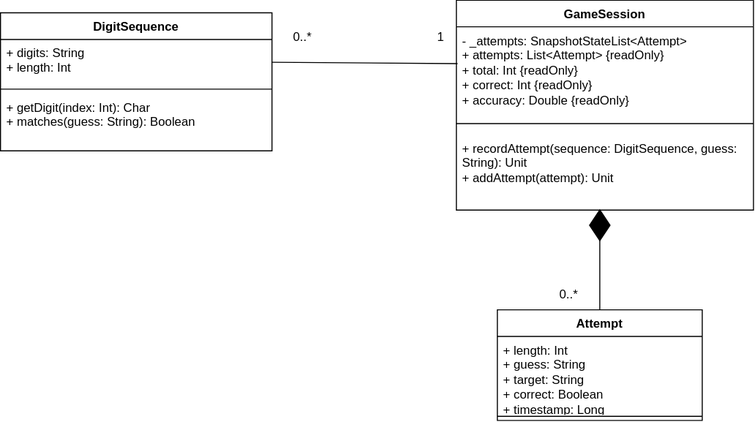
keyamalhotra007/kmalhot2-RapidRecall keeps this draw.io diagram as doc/301a1_UML.drawio.svg. Above is the earlier version. Source tidied: cells renumbered, new cells last; positions are measured from the earlier drawing's top-left corner, leaving out a move shared by most shapes.
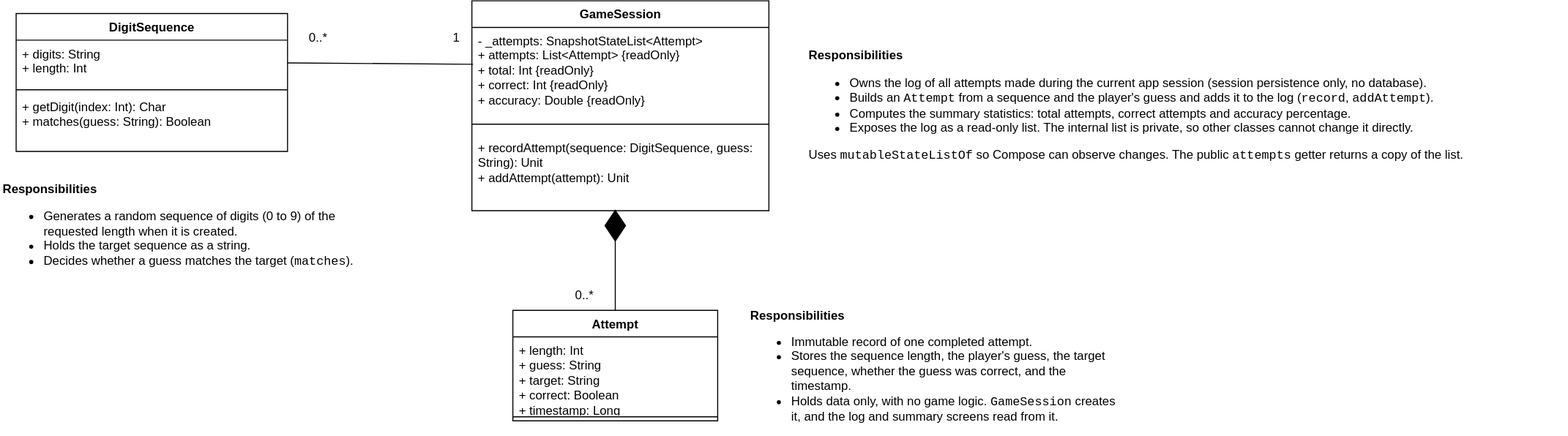
After the commit.

The edit, as a diff of the source:
```diff
@@ -55,5 +55,14 @@
     <mxCell id="18" style="rhombus;whiteSpace=wrap;html=1;shapeInside=1;fillColor=light-dark(#000000,#000000);" parent="1" vertex="1">
       <mxGeometry x="575" y="204.4" width="20" height="30" as="geometry" />
     </mxCell>
+    <mxCell id="19" value="&lt;p dir=&quot;ltr&quot;&gt;&lt;strong&gt;Responsibilities&lt;/strong&gt;&lt;/p&gt;&lt;ul dir=&quot;ltr&quot;&gt;&lt;li&gt;Generates a random sequence of digits (0 to 9) of the requested length when it is created.&lt;/li&gt;&lt;li&gt;Holds the target sequence as a string.&lt;/li&gt;&lt;li&gt;Decides whether a guess matches the target (&lt;code dir=&quot;ltr&quot;&gt;matches&lt;/code&gt;).&lt;/li&gt;&lt;/ul&gt;" style="text;html=1;whiteSpace=wrap;strokeColor=none;fillColor=none;align=left;verticalAlign=middle;rounded=0;" parent="1" vertex="1">
+      <mxGeometry x="-15" y="125.4" width="350" height="188" as="geometry" />
+    </mxCell>
+    <mxCell id="20" value="&lt;p dir=&quot;ltr&quot;&gt;&lt;strong&gt;Responsibilities&lt;/strong&gt;&lt;/p&gt;&lt;ul dir=&quot;ltr&quot;&gt;&lt;li&gt;Owns the log of all attempts made during the current app session (session persistence only, no database).&lt;/li&gt;&lt;li&gt;Builds an &lt;code dir=&quot;ltr&quot;&gt;Attempt&lt;/code&gt; from a sequence and the player's guess and adds it to the log (&lt;code dir=&quot;ltr&quot;&gt;record&lt;/code&gt;, &lt;code dir=&quot;ltr&quot;&gt;addAttempt&lt;/code&gt;).&lt;/li&gt;&lt;li&gt;Computes the summary statistics: total attempts, correct attempts and accuracy percentage.&lt;/li&gt;&lt;li&gt;Exposes the log as a read-only list. The internal list is private, so other classes cannot change it directly.&lt;/li&gt;&lt;/ul&gt;&lt;p dir=&quot;ltr&quot;&gt;Uses &lt;code dir=&quot;ltr&quot;&gt;mutableStateListOf&lt;/code&gt; so Compose can observe changes. The public &lt;code dir=&quot;ltr&quot;&gt;attempts&lt;/code&gt; getter returns a copy of the list.&lt;/p&gt;" style="text;html=1;whiteSpace=wrap;strokeColor=none;fillColor=none;align=left;verticalAlign=middle;rounded=0;" parent="1" vertex="1">
+      <mxGeometry x="772" y="-0.4" width="743" height="205" as="geometry" />
+    </mxCell>
+    <mxCell id="21" value="&lt;p dir=&quot;ltr&quot;&gt;&lt;strong&gt;Responsibilities&lt;/strong&gt;&lt;/p&gt;&lt;ul dir=&quot;ltr&quot;&gt;&lt;li&gt;Immutable record of one completed attempt.&lt;/li&gt;&lt;li&gt;Stores the sequence length, the player's guess, the target sequence, whether the guess was correct, and the timestamp.&lt;/li&gt;&lt;li&gt;Holds data only, with no game logic. &lt;code dir=&quot;ltr&quot;&gt;GameSession&lt;/code&gt; creates it, and the log and summary screens read from it.&lt;/li&gt;&lt;/ul&gt;" style="text;html=1;whiteSpace=wrap;strokeColor=none;fillColor=none;align=left;verticalAlign=middle;rounded=0;" parent="1" vertex="1">
+      <mxGeometry x="715" y="288.6" width="370" height="134.8" as="geometry" />
+    </mxCell>
   </root>
 </mxGraphModel>
```
